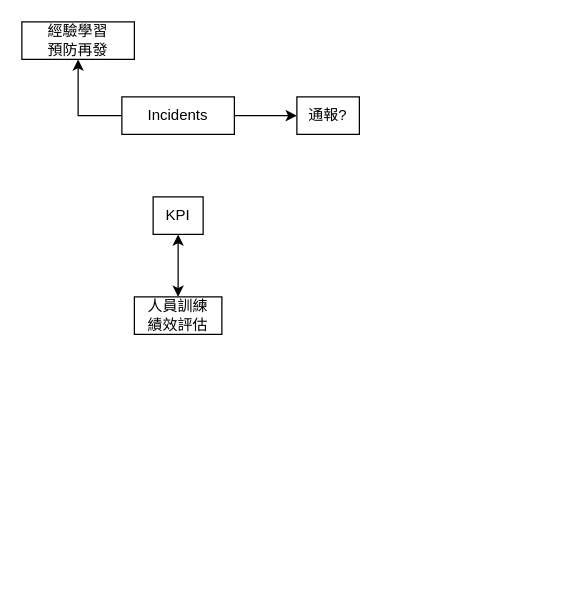
Above: audit Diagram.drawio in digipenguin/machinelearn-ndu (draw.io), before the change. Source tidied: cells renumbered, new cells numbered last; positions are measured from the earlier drawing's top-left corner, leaving out a move shared by most shapes. Both pictures are drawn from the tidied source at 125%, with x=0, y=0 at pixel (21, 21).
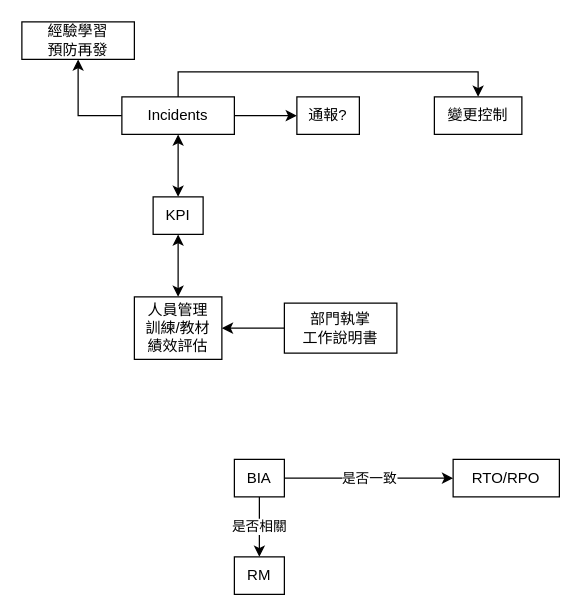
The same diagram, later.

The change refers to these unchanged cells:
```xml
<mxCell id="4" value="Incidents" style="rounded=0;whiteSpace=wrap;html=1;" parent="1" vertex="1">
  <mxGeometry x="80" y="60" width="90" height="30" as="geometry" />
</mxCell>
<mxCell id="8" value="KPI" style="rounded=0;whiteSpace=wrap;html=1;" parent="1" vertex="1">
  <mxGeometry x="105" y="140" width="40" height="30" as="geometry" />
</mxCell>
```

What changed in the source:
```diff
@@
+    <mxCell id="10" style="edgeStyle=orthogonalEdgeStyle;rounded=0;jettySize=auto;html=1;entryX=0.5;entryY=0;entryDx=0;entryDy=0;startArrow=classic;startFill=1;" parent="1" edge="1" source="4" target="8">
+      <mxGeometry relative="1" as="geometry" />
+    </mxCell>
+    <mxCell id="11" style="edgeStyle=orthogonalEdgeStyle;rounded=0;jettySize=auto;html=1;entryX=0.5;entryY=0;entryDx=0;entryDy=0;startArrow=none;startFill=0;" parent="1" edge="1" source="4" target="14">
+      <mxGeometry relative="1" as="geometry">
+        <Array as="points">
+          <mxPoint x="125" y="40" />
+          <mxPoint x="365" y="40" />
+        </Array>
+      </mxGeometry>
+    </mxCell>
@@
-    <mxCell id="9" value="人員訓練&lt;br&gt;績效評估" style="rounded=0;whiteSpace=wrap;html=1;" parent="1" vertex="1">
-      <mxGeometry x="90" y="220" width="70" height="30" as="geometry" />
+    <mxCell id="9" value="人員管理&lt;br&gt;訓練/教材&lt;br&gt;績效評估" style="rounded=0;whiteSpace=wrap;html=1;" parent="1" vertex="1">
+      <mxGeometry x="90" y="220" width="70" height="50" as="geometry" />
     </mxCell>
+    <mxCell id="12" style="edgeStyle=orthogonalEdgeStyle;rounded=0;jettySize=auto;html=1;startArrow=none;startFill=0;" parent="1" edge="1" source="13" target="9">
+      <mxGeometry relative="1" as="geometry" />
+    </mxCell>
+    <mxCell id="13" value="部門執掌&lt;br&gt;工作說明書" style="rounded=0;whiteSpace=wrap;html=1;" parent="1" vertex="1">
+      <mxGeometry x="210" y="225" width="90" height="40" as="geometry" />
+    </mxCell>
+    <mxCell id="14" value="變更控制" style="rounded=0;whiteSpace=wrap;html=1;" parent="1" vertex="1">
+      <mxGeometry x="330" y="60" width="70" height="30" as="geometry" />
+    </mxCell>
+    <mxCell id="15" value="是否相關" style="edgeStyle=orthogonalEdgeStyle;rounded=0;jettySize=auto;html=1;startArrow=none;startFill=0;" parent="1" edge="1" source="17" target="18">
+      <mxGeometry relative="1" as="geometry" />
+    </mxCell>
+    <mxCell id="16" value="是否一致" style="edgeStyle=orthogonalEdgeStyle;rounded=0;jettySize=auto;html=1;entryX=0;entryY=0.5;entryDx=0;entryDy=0;startArrow=none;startFill=0;" parent="1" edge="1" source="17" target="19">
+      <mxGeometry relative="1" as="geometry" />
+    </mxCell>
+    <mxCell id="17" value="BIA" style="rounded=0;whiteSpace=wrap;html=1;" parent="1" vertex="1">
+      <mxGeometry x="170" y="350" width="40" height="30" as="geometry" />
+    </mxCell>
+    <mxCell id="18" value="RM" style="rounded=0;whiteSpace=wrap;html=1;" parent="1" vertex="1">
+      <mxGeometry x="170" y="428" width="40" height="30" as="geometry" />
+    </mxCell>
+    <mxCell id="19" value="RTO/RPO" style="rounded=0;whiteSpace=wrap;html=1;" parent="1" vertex="1">
+      <mxGeometry x="345" y="350" width="85" height="30" as="geometry" />
+    </mxCell>
```
